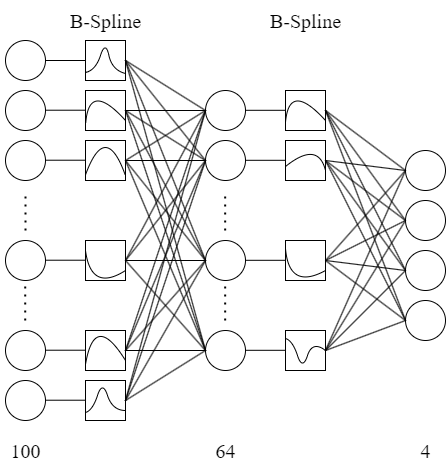
Above: kans.drawio.png in Purer-lyk/network_pic (draw.io), before the change. Source tidied: cells renumbered, new cells last; positions are measured from the earlier drawing's top-left corner, leaving out a move shared by most shapes.
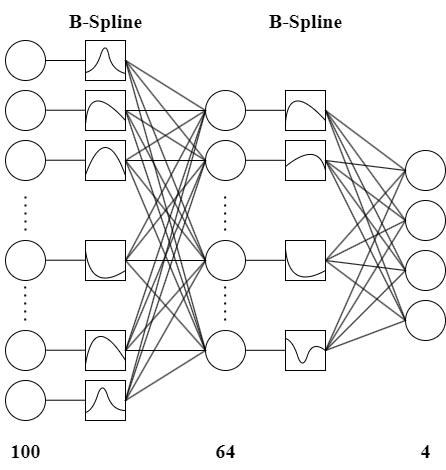
After the change.

Change to the diagram source:
```diff
@@ -363,19 +363,19 @@
     <mxCell id="89" style="endArrow=none;html=1;rounded=0;exitX=1;exitY=0.5;exitDx=0;exitDy=0;entryX=0;entryY=0.5;entryDx=0;entryDy=0;" parent="1" edge="1" source="28" target="19">
       <mxGeometry relative="1" as="geometry" />
     </mxCell>
-    <mxCell id="90" value="&lt;font face=&quot;Times New Roman&quot; style=&quot;font-size: 20px;&quot;&gt;B-Spline&lt;/font&gt;" style="text;html=1;align=center;verticalAlign=middle;strokeColor=none;fillColor=none;" parent="1" vertex="1">
-      <mxGeometry x="60" width="90" height="40" as="geometry" />
+    <mxCell id="90" value="&lt;font face=&quot;Times New Roman&quot; style=&quot;font-size: 20px;&quot;&gt;&lt;b&gt;B-Spline&lt;/b&gt;&lt;/font&gt;" style="text;html=1;align=center;verticalAlign=middle;strokeColor=none;fillColor=none;" parent="1" vertex="1">
+      <mxGeometry x="55" width="100" height="40" as="geometry" />
     </mxCell>
-    <mxCell id="91" value="&lt;font face=&quot;Times New Roman&quot; style=&quot;font-size: 20px;&quot;&gt;B-Spline&lt;/font&gt;" style="text;html=1;align=center;verticalAlign=middle;strokeColor=none;fillColor=none;" parent="1" vertex="1">
-      <mxGeometry x="260" width="90" height="40" as="geometry" />
+    <mxCell id="91" value="&lt;font face=&quot;Times New Roman&quot; style=&quot;font-size: 20px;&quot;&gt;&lt;b&gt;B-Spline&lt;/b&gt;&lt;/font&gt;" style="text;html=1;align=center;verticalAlign=middle;strokeColor=none;fillColor=none;" parent="1" vertex="1">
+      <mxGeometry x="255" width="100" height="40" as="geometry" />
     </mxCell>
-    <mxCell id="92" value="&lt;font face=&quot;Times New Roman&quot; style=&quot;font-size: 20px;&quot;&gt;100&lt;/font&gt;" style="text;html=1;align=center;verticalAlign=middle;strokeColor=none;fillColor=none;" parent="1" vertex="1">
+    <mxCell id="92" value="&lt;font face=&quot;Times New Roman&quot; style=&quot;font-size: 20px;&quot;&gt;&lt;b&gt;100&lt;/b&gt;&lt;/font&gt;" style="text;html=1;align=center;verticalAlign=middle;strokeColor=none;fillColor=none;" parent="1" vertex="1">
       <mxGeometry y="430" width="50" height="40" as="geometry" />
     </mxCell>
-    <mxCell id="93" value="&lt;font face=&quot;Times New Roman&quot; style=&quot;font-size: 20px;&quot;&gt;64&lt;/font&gt;" style="text;html=1;align=center;verticalAlign=middle;strokeColor=none;fillColor=none;" parent="1" vertex="1">
+    <mxCell id="93" value="&lt;font face=&quot;Times New Roman&quot; style=&quot;font-size: 20px;&quot;&gt;&lt;b&gt;64&lt;/b&gt;&lt;/font&gt;" style="text;html=1;align=center;verticalAlign=middle;strokeColor=none;fillColor=none;" parent="1" vertex="1">
       <mxGeometry x="205" y="430" width="40" height="40" as="geometry" />
     </mxCell>
-    <mxCell id="94" value="&lt;font face=&quot;Times New Roman&quot; style=&quot;font-size: 20px;&quot;&gt;4&lt;/font&gt;" style="text;html=1;align=center;verticalAlign=middle;strokeColor=none;fillColor=none;" parent="1" vertex="1">
+    <mxCell id="94" value="&lt;font face=&quot;Times New Roman&quot; style=&quot;font-size: 20px;&quot;&gt;&lt;b&gt;4&lt;/b&gt;&lt;/font&gt;" style="text;html=1;align=center;verticalAlign=middle;strokeColor=none;fillColor=none;" parent="1" vertex="1">
       <mxGeometry x="410" y="430" width="30" height="40" as="geometry" />
     </mxCell>
   </root>
```
